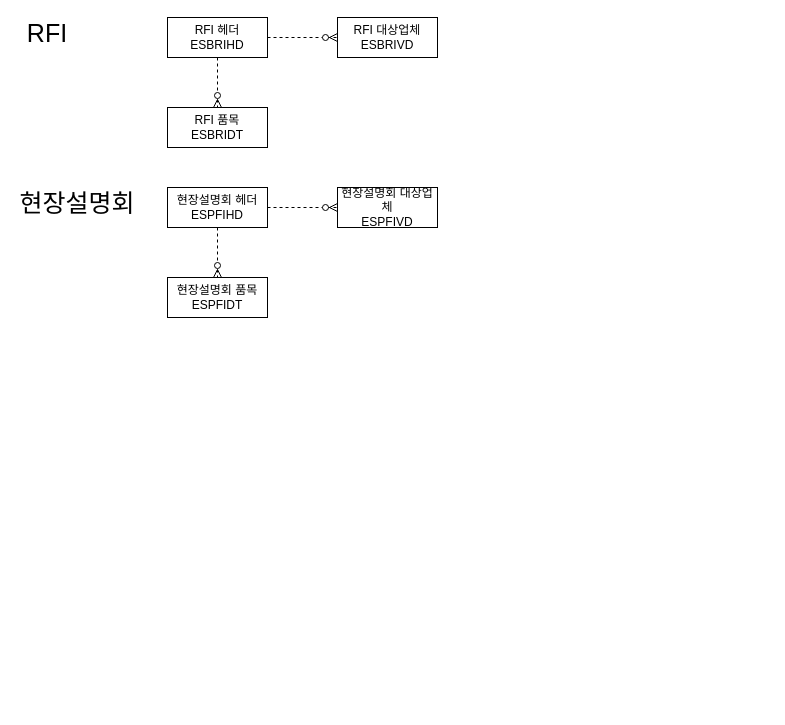
The draw.io diagram RFx-주요테이블.drawio in kisspa-source/draw, before the edit. Source tidied: cells renumbered, new cells numbered last; positions are measured from the earlier drawing's top-left corner, leaving out a move shared by most shapes. Both pictures are drawn from the tidied source at 100%, with x=0, y=0 at pixel (17, 17).
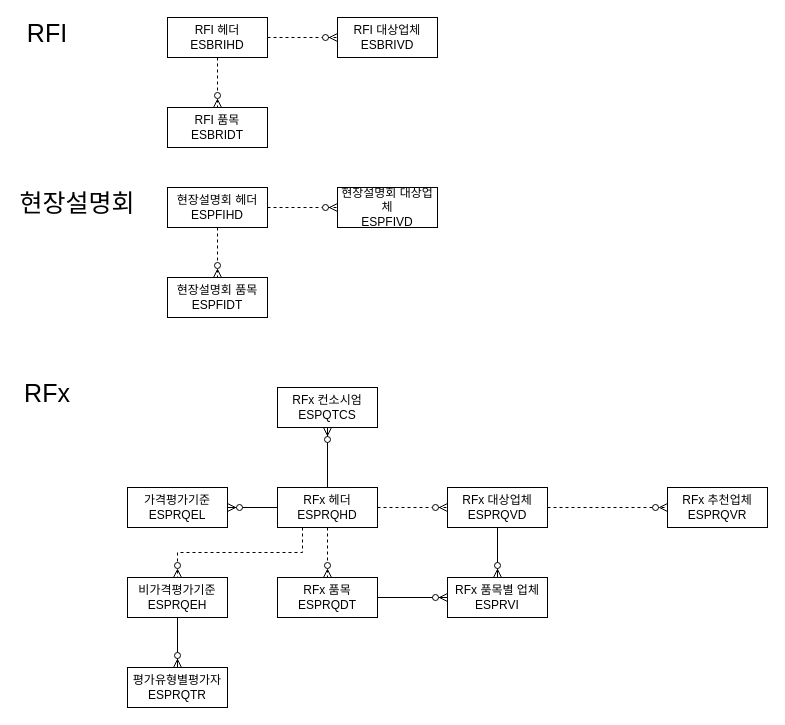
Above is the later version.

Commit message (it also covers changes not shown here):
RFx-주요테이블.drawio 업데이트

What changed in the source:
```diff
@@
+    <mxCell id="14" value="RFx 헤더&lt;br&gt;ESPRQHD" style="whiteSpace=wrap;html=1;align=center;" parent="1" vertex="1">
+      <mxGeometry x="260" y="470" width="100" height="40" as="geometry" />
+    </mxCell>
+    <mxCell id="15" value="RFx 품목&lt;br&gt;ESPRQDT" style="whiteSpace=wrap;html=1;align=center;" parent="1" vertex="1">
+      <mxGeometry x="260" y="560" width="100" height="40" as="geometry" />
+    </mxCell>
+    <mxCell id="16" style="fontSize=12;html=1;endArrow=ERzeroToMany;endFill=1;rounded=0;exitX=0.5;exitY=1;exitDx=0;exitDy=0;dashed=1;entryX=0.5;entryY=0;entryDx=0;entryDy=0;" parent="1" edge="1" source="14" target="15">
+      <mxGeometry relative="1" as="geometry" />
+    </mxCell>
+    <mxCell id="17" value="RFx 대상업체&lt;br&gt;ESPRQVD" style="whiteSpace=wrap;html=1;align=center;" parent="1" vertex="1">
+      <mxGeometry x="430" y="470" width="100" height="40" as="geometry" />
+    </mxCell>
+    <mxCell id="18" style="fontSize=12;html=1;endArrow=ERzeroToMany;endFill=1;rounded=0;exitX=1;exitY=0.5;exitDx=0;exitDy=0;dashed=1;" parent="1" edge="1" source="14" target="17">
+      <mxGeometry relative="1" as="geometry" />
+    </mxCell>
+    <mxCell id="19" value="&lt;font style=&quot;font-size: 25px;&quot;&gt;RFx&lt;/font&gt;" style="text;html=1;strokeColor=none;fillColor=none;align=center;verticalAlign=middle;whiteSpace=wrap;rounded=0;" parent="1" vertex="1">
+      <mxGeometry y="360" width="60" height="30" as="geometry" />
+    </mxCell>
+    <mxCell id="20" value="RFx 추천업체&lt;br&gt;ESPRQVR" style="whiteSpace=wrap;html=1;align=center;" parent="1" vertex="1">
+      <mxGeometry x="650" y="470" width="100" height="40" as="geometry" />
+    </mxCell>
+    <mxCell id="21" style="fontSize=12;html=1;endArrow=ERzeroToMany;endFill=1;rounded=0;exitX=1;exitY=0.5;exitDx=0;exitDy=0;dashed=1;entryX=0;entryY=0.5;entryDx=0;entryDy=0;" parent="1" edge="1" source="17" target="20">
+      <mxGeometry relative="1" as="geometry" />
+    </mxCell>
+    <mxCell id="22" value="RFx 품목별 업체&lt;br&gt;ESPRVI" style="whiteSpace=wrap;html=1;align=center;" parent="1" vertex="1">
+      <mxGeometry x="430" y="560" width="100" height="40" as="geometry" />
+    </mxCell>
+    <mxCell id="23" style="fontSize=12;html=1;endArrow=ERzeroToMany;endFill=1;rounded=0;exitX=0.5;exitY=1;exitDx=0;exitDy=0;entryX=0.5;entryY=0;entryDx=0;entryDy=0;" parent="1" edge="1" source="17" target="22">
+      <mxGeometry relative="1" as="geometry" />
+    </mxCell>
+    <mxCell id="24" style="fontSize=12;html=1;endArrow=ERzeroToMany;endFill=1;rounded=0;exitX=1;exitY=0.5;exitDx=0;exitDy=0;entryX=0;entryY=0.5;entryDx=0;entryDy=0;" parent="1" edge="1" source="15" target="22">
+      <mxGeometry relative="1" as="geometry" />
+    </mxCell>
+    <mxCell id="25" value="가격평가기준&lt;br&gt;ESPRQEL" style="whiteSpace=wrap;html=1;align=center;" parent="1" vertex="1">
+      <mxGeometry x="110" y="470" width="100" height="40" as="geometry" />
+    </mxCell>
+    <mxCell id="26" style="fontSize=12;html=1;endArrow=ERzeroToMany;endFill=1;rounded=0;exitX=0;exitY=0.5;exitDx=0;exitDy=0;entryX=1;entryY=0.5;entryDx=0;entryDy=0;" parent="1" edge="1" source="14" target="25">
+      <mxGeometry relative="1" as="geometry" />
+    </mxCell>
+    <mxCell id="27" value="비가격평가기준&lt;br&gt;ESPRQEH" style="whiteSpace=wrap;html=1;align=center;" parent="1" vertex="1">
+      <mxGeometry x="110" y="560" width="100" height="40" as="geometry" />
+    </mxCell>
+    <mxCell id="28" style="fontSize=12;html=1;endArrow=ERzeroToMany;endFill=1;rounded=0;exitX=0.25;exitY=1;exitDx=0;exitDy=0;dashed=1;entryX=0.5;entryY=0;entryDx=0;entryDy=0;edgeStyle=orthogonalEdgeStyle;" parent="1" edge="1" source="14" target="27">
+      <mxGeometry relative="1" as="geometry" />
+    </mxCell>
+    <mxCell id="29" value="평가유형별평가자&lt;br&gt;ESPRQTR" style="whiteSpace=wrap;html=1;align=center;" parent="1" vertex="1">
+      <mxGeometry x="110" y="650" width="100" height="40" as="geometry" />
+    </mxCell>
+    <mxCell id="30" value="RFx 컨소시엄&lt;br&gt;ESPQTCS" style="whiteSpace=wrap;html=1;align=center;" parent="1" vertex="1">
+      <mxGeometry x="260" y="370" width="100" height="40" as="geometry" />
+    </mxCell>
+    <mxCell id="31" style="fontSize=12;html=1;endArrow=ERzeroToMany;endFill=1;rounded=0;exitX=0.5;exitY=0;exitDx=0;exitDy=0;entryX=0.5;entryY=1;entryDx=0;entryDy=0;" parent="1" edge="1" source="14" target="30">
+      <mxGeometry relative="1" as="geometry" />
+    </mxCell>
+    <mxCell id="32" style="fontSize=12;html=1;endArrow=ERzeroToMany;endFill=1;rounded=0;exitX=0.5;exitY=1;exitDx=0;exitDy=0;" parent="1" edge="1" source="27" target="29">
+      <mxGeometry relative="1" as="geometry" />
+    </mxCell>
```
